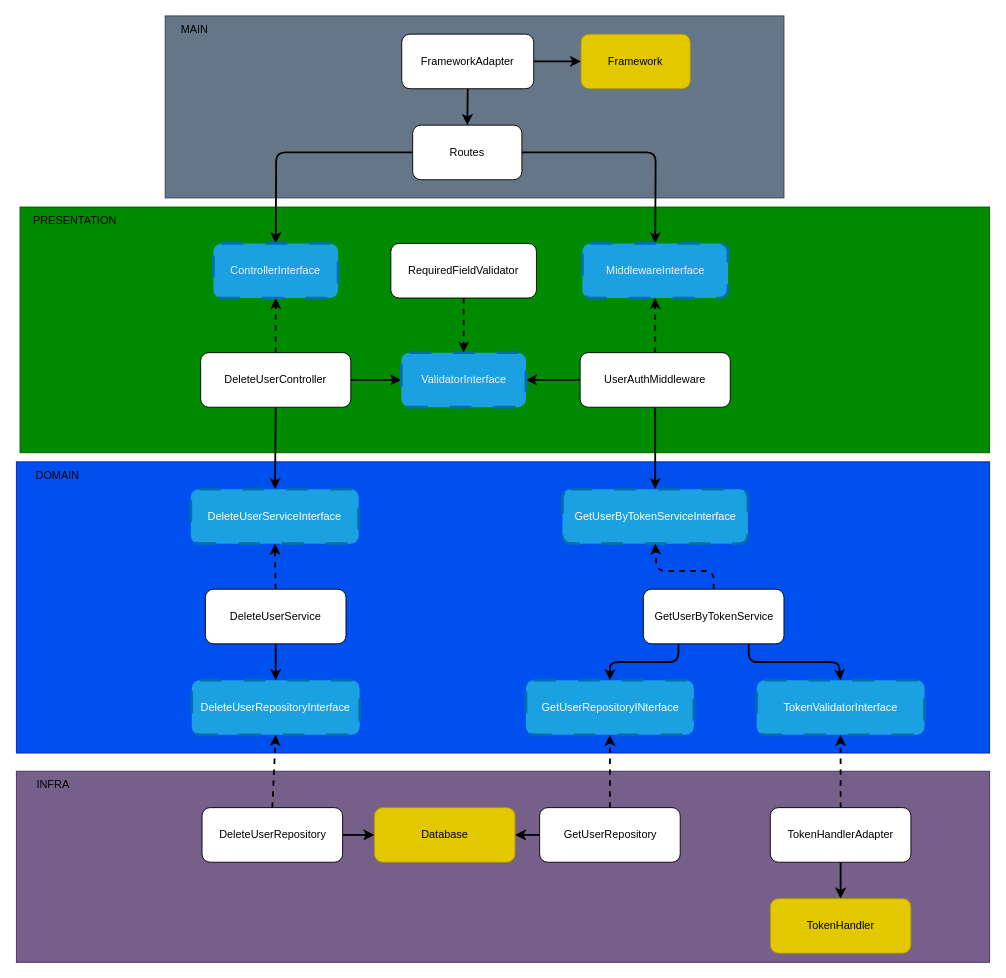
The draw.io diagram diagrams/delete-user.drawio in DouglasVolcato/node-tdd-clean-architecture, before the edit. Source tidied: cells renumbered, new cells numbered last; positions are measured from the earlier drawing's top-left corner, leaving out a move shared by most shapes. Both pictures are drawn from the tidied source at 91%, with x=0, y=0 at pixel (15, 15).
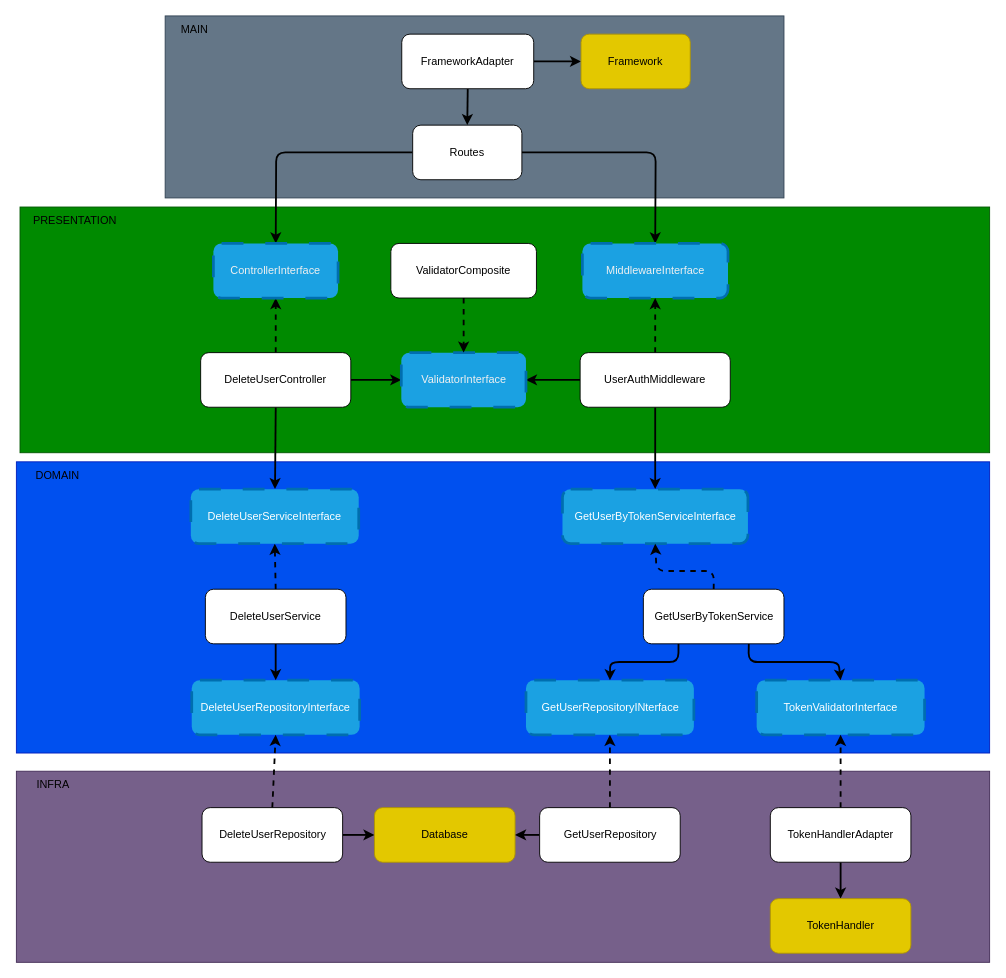
After the change.

What changed in the source:
```diff
@@
-    <mxCell id="38" value="RequiredFieldValidator" style="rounded=1;whiteSpace=wrap;html=1;" parent="1" vertex="1">
+    <mxCell id="38" value="ValidatorComposite" style="rounded=1;whiteSpace=wrap;html=1;" parent="1" vertex="1">
       <mxGeometry x="412" y="250" width="160" height="60" as="geometry" />
     </mxCell>
```
